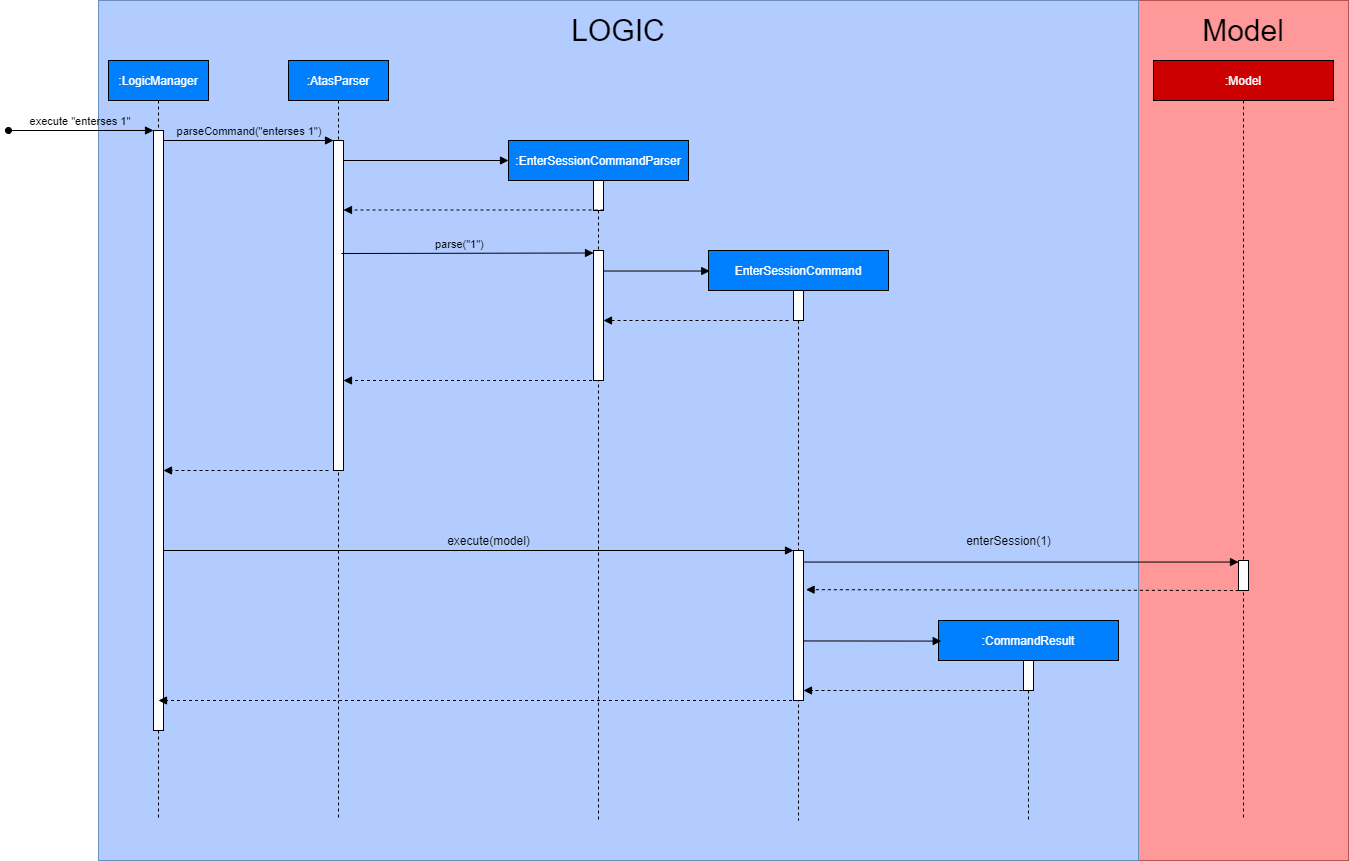
Earlier version of the draw.io export docs/images/EnterSessionSequenceDiagram.png (nweiyue/tp). Source tidied: cells renumbered, new cells last; positions are measured from the earlier drawing's top-left corner, leaving out a move shared by most shapes.
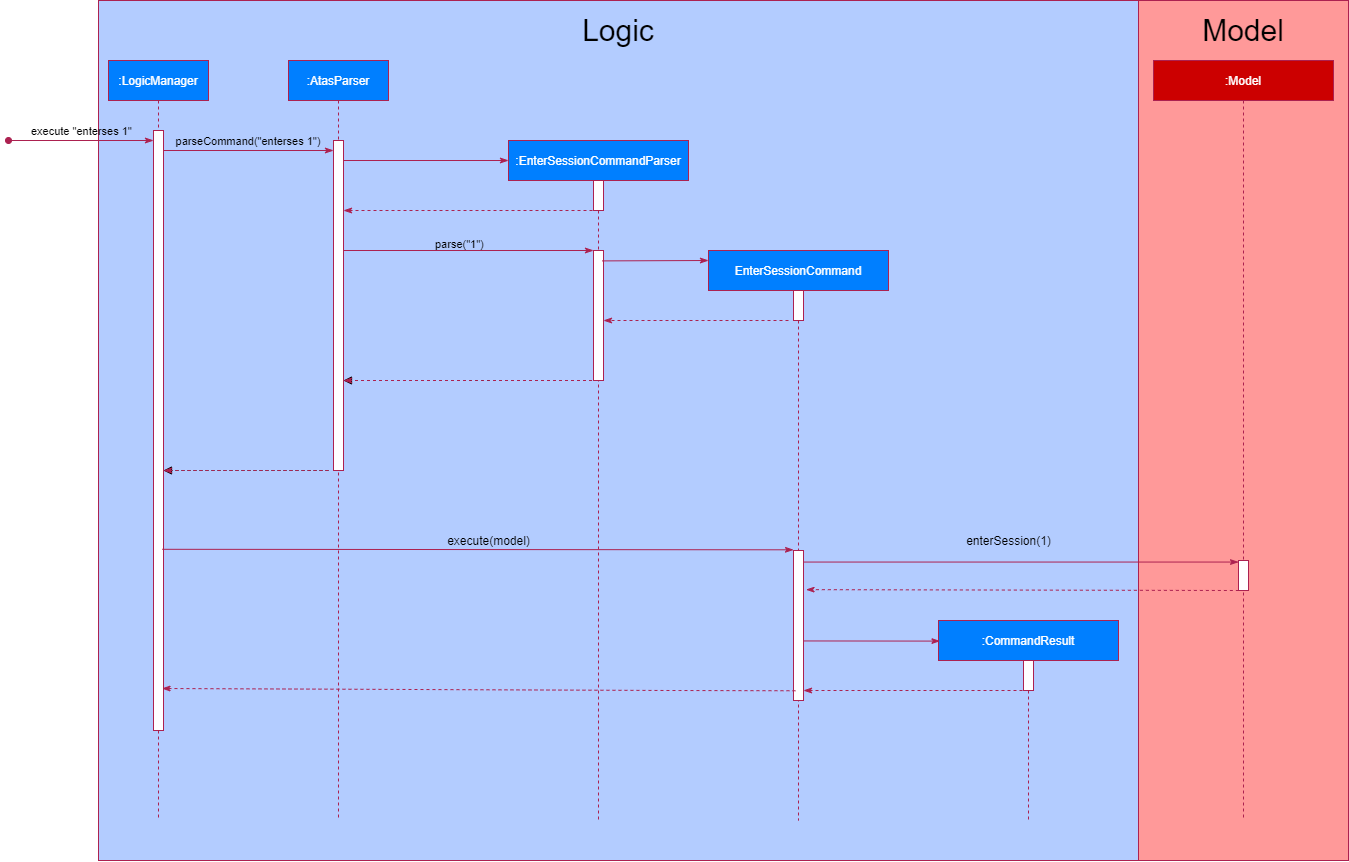
Later version of the same file.

The edit, as a diff of the source:
```diff
@@ -2,88 +2,55 @@
   <root>
     <mxCell id="0" />
     <mxCell id="1" parent="0" />
-    <mxCell id="2" style="rounded=0;whiteSpace=wrap;html=1;strokeColor=#b85450;fillColor=#FF9999;" parent="1" vertex="1">
+    <mxCell id="2" style="rounded=0;whiteSpace=wrap;html=1;fillColor=#FF9999;strokeColor=#AC2150;" parent="1" vertex="1">
       <mxGeometry x="1130" width="210" height="860" as="geometry" />
     </mxCell>
-    <mxCell id="3" style="rounded=0;whiteSpace=wrap;html=1;strokeColor=#6c8ebf;fillColor=#B3CCFF;" parent="1" vertex="1">
+    <mxCell id="3" style="rounded=0;whiteSpace=wrap;html=1;fillColor=#B3CCFF;perimeterSpacing=0;strokeColor=#AC2150;" parent="1" vertex="1">
       <mxGeometry x="90" width="1040" height="860" as="geometry" />
     </mxCell>
-    <mxCell id="4" style="verticalAlign=bottom;endArrow=block;shadow=0;strokeWidth=1;dashed=1;exitX=0.036;exitY=1;exitDx=0;exitDy=0;exitPerimeter=0;entryX=0.542;entryY=0.595;entryDx=0;entryDy=0;entryPerimeter=0;" parent="1" edge="1" source="34" target="19">
+    <mxCell id="4" style="verticalAlign=bottom;endArrow=classicThin;shadow=0;strokeWidth=1;dashed=1;exitX=0.036;exitY=1;exitDx=0;exitDy=0;exitPerimeter=0;entryX=0.542;entryY=0.595;entryDx=0;entryDy=0;entryPerimeter=0;strokeColor=#AC2150;endFill=1;" parent="1" edge="1" source="34" target="19">
       <mxGeometry relative="1" as="geometry" />
     </mxCell>
-    <mxCell id="5" style="verticalAlign=bottom;endArrow=block;shadow=0;strokeWidth=1;exitX=0.867;exitY=0.077;exitDx=0;exitDy=0;exitPerimeter=0;" parent="1" edge="1" source="21" target="34">
+    <mxCell id="5" style="verticalAlign=bottom;endArrow=classicThin;shadow=0;strokeWidth=1;exitX=0.867;exitY=0.077;exitDx=0;exitDy=0;exitPerimeter=0;strokeColor=#AC2150;endFill=1;" parent="1" edge="1" source="21" target="34">
       <mxGeometry relative="1" as="geometry" />
     </mxCell>
-    <mxCell id="6" style="verticalAlign=bottom;endArrow=block;shadow=0;strokeWidth=1;" parent="1" edge="1">
-      <mxGeometry relative="1" as="geometry">
-        <mxPoint x="150" y="550" as="sourcePoint" />
-        <mxPoint x="785" y="550" as="targetPoint" />
-      </mxGeometry>
-    </mxCell>
-    <mxCell id="7" value=":EnterSessionCommandParser" style="shape=umlLifeline;perimeter=lifelinePerimeter;rounded=0;shadow=0;strokeWidth=1;fillColor=#007FFF;fontColor=#FFFFFF;" parent="1" vertex="1">
+    <mxCell id="7" value=":EnterSessionCommandParser" style="shape=umlLifeline;perimeter=lifelinePerimeter;rounded=0;shadow=0;strokeWidth=1;fillColor=#007FFF;fontColor=#FFFFFF;strokeColor=#AC2150;" parent="1" vertex="1">
       <mxGeometry x="500" y="140" width="180" height="680" as="geometry" />
     </mxCell>
-    <mxCell id="8" style="perimeter=orthogonalPerimeter;rounded=0;shadow=0;strokeWidth=1;" parent="7" vertex="1">
+    <mxCell id="8" style="perimeter=orthogonalPerimeter;rounded=0;shadow=0;strokeWidth=1;strokeColor=#AC2150;" parent="7" vertex="1">
       <mxGeometry x="85" y="40" width="10" height="30" as="geometry" />
     </mxCell>
-    <mxCell id="9" style="points=[];perimeter=orthogonalPerimeter;rounded=0;shadow=0;strokeWidth=1;" parent="7" vertex="1">
+    <mxCell id="9" style="points=[];perimeter=orthogonalPerimeter;rounded=0;shadow=0;strokeWidth=1;strokeColor=#AC2150;" parent="7" vertex="1">
       <mxGeometry x="85" y="110" width="10" height="130" as="geometry" />
     </mxCell>
-    <mxCell id="10" style="verticalAlign=bottom;endArrow=block;entryX=0;entryY=0;shadow=0;strokeWidth=1;" parent="1" edge="1">
-      <mxGeometry relative="1" as="geometry">
-        <mxPoint x="330" y="160" as="sourcePoint" />
-        <mxPoint x="500" y="160" as="targetPoint" />
-      </mxGeometry>
-    </mxCell>
-    <mxCell id="11" value=":LogicManager" style="shape=umlLifeline;perimeter=lifelinePerimeter;rounded=0;shadow=0;strokeWidth=1;fillColor=#007FFF;fontColor=#FFFFFF;" parent="1" vertex="1">
+    <mxCell id="11" value=":LogicManager" style="shape=umlLifeline;perimeter=lifelinePerimeter;rounded=0;shadow=0;strokeWidth=1;fillColor=#007FFF;fontColor=#FFFFFF;strokeColor=#AC2150;" parent="1" vertex="1">
       <mxGeometry x="100" y="60" width="100" height="760" as="geometry" />
     </mxCell>
-    <mxCell id="12" style="points=[];perimeter=orthogonalPerimeter;rounded=0;shadow=0;strokeWidth=1;" parent="11" vertex="1">
+    <mxCell id="12" style="points=[];perimeter=orthogonalPerimeter;rounded=0;shadow=0;strokeWidth=1;strokeColor=#AC2150;" parent="11" vertex="1">
       <mxGeometry x="45" y="70" width="10" height="600" as="geometry" />
     </mxCell>
-    <mxCell id="13" value="execute &quot;enterses 1&quot;" style="verticalAlign=bottom;startArrow=oval;endArrow=block;shadow=0;strokeWidth=1;labelBackgroundColor=none;" parent="11" edge="1" target="12">
-      <mxGeometry relative="1" as="geometry">
-        <mxPoint x="-100" y="70" as="sourcePoint" />
-      </mxGeometry>
-    </mxCell>
-    <mxCell id="14" value=":AtasParser" style="shape=umlLifeline;perimeter=lifelinePerimeter;rounded=0;shadow=0;strokeWidth=1;fillColor=#007FFF;fontColor=#FFFFFF;" parent="1" vertex="1">
+    <mxCell id="14" value=":AtasParser" style="shape=umlLifeline;perimeter=lifelinePerimeter;rounded=0;shadow=0;strokeWidth=1;fillColor=#007FFF;fontColor=#FFFFFF;strokeColor=#AC2150;" parent="1" vertex="1">
       <mxGeometry x="280" y="60" width="100" height="760" as="geometry" />
     </mxCell>
-    <mxCell id="15" style="points=[];perimeter=orthogonalPerimeter;rounded=0;shadow=0;strokeWidth=1;" parent="14" vertex="1">
+    <mxCell id="15" style="points=[];perimeter=orthogonalPerimeter;rounded=0;shadow=0;strokeWidth=1;strokeColor=#AC2150;" parent="14" vertex="1">
       <mxGeometry x="45" y="80" width="10" height="330" as="geometry" />
     </mxCell>
-    <mxCell id="16" value="parseCommand(&quot;enterses 1&quot;)" style="verticalAlign=bottom;endArrow=block;entryX=0;entryY=0;shadow=0;strokeWidth=1;labelBackgroundColor=none;" parent="1" edge="1" source="12" target="15">
-      <mxGeometry relative="1" as="geometry" />
-    </mxCell>
-    <mxCell id="17" style="verticalAlign=bottom;endArrow=block;shadow=0;strokeWidth=1;dashed=1;" parent="1" edge="1" target="15">
-      <mxGeometry relative="1" as="geometry">
-        <mxPoint x="595" y="209.5" as="sourcePoint" />
-      </mxGeometry>
-    </mxCell>
-    <mxCell id="18" style="verticalAlign=bottom;endArrow=block;shadow=0;strokeWidth=1;entryX=0.007;entryY=0.036;entryDx=0;entryDy=0;entryPerimeter=0;" parent="1" edge="1" source="9" target="19">
-      <mxGeometry relative="1" as="geometry" />
-    </mxCell>
-    <mxCell id="19" value="EnterSessionCommand" style="shape=umlLifeline;perimeter=lifelinePerimeter;rounded=0;shadow=0;strokeWidth=1;fillColor=#007FFF;fontColor=#FFFFFF;" parent="1" vertex="1">
+    <mxCell id="19" value="EnterSessionCommand" style="shape=umlLifeline;perimeter=lifelinePerimeter;rounded=0;shadow=0;strokeWidth=1;fillColor=#007FFF;fontColor=#FFFFFF;strokeColor=#AC2150;" parent="1" vertex="1">
       <mxGeometry x="700" y="250" width="180" height="570" as="geometry" />
     </mxCell>
-    <mxCell id="20" style="perimeter=orthogonalPerimeter;rounded=0;shadow=0;strokeWidth=1;" parent="19" vertex="1">
+    <mxCell id="20" style="perimeter=orthogonalPerimeter;rounded=0;shadow=0;strokeWidth=1;fontColor=#AC2150;strokeColor=#AC2150;" parent="19" vertex="1">
       <mxGeometry x="85" y="40" width="10" height="30" as="geometry" />
     </mxCell>
-    <mxCell id="21" style="points=[];perimeter=orthogonalPerimeter;rounded=0;shadow=0;strokeWidth=1;" parent="19" vertex="1">
+    <mxCell id="21" style="points=[];perimeter=orthogonalPerimeter;rounded=0;shadow=0;strokeWidth=1;strokeColor=#AC2150;" parent="19" vertex="1">
       <mxGeometry x="85" y="300" width="10" height="150" as="geometry" />
     </mxCell>
-    <mxCell id="22" style="verticalAlign=bottom;endArrow=block;shadow=0;strokeWidth=1;dashed=1;" parent="1" edge="1" target="9">
-      <mxGeometry relative="1" as="geometry">
-        <mxPoint x="780" y="320" as="sourcePoint" />
-      </mxGeometry>
-    </mxCell>
     <mxCell id="23" value="execute(model)" style="text;html=1;align=center;verticalAlign=middle;" parent="1" vertex="1">
       <mxGeometry x="430" y="530" width="100" height="20" as="geometry" />
     </mxCell>
-    <mxCell id="24" value=":CommandResult" style="shape=umlLifeline;perimeter=lifelinePerimeter;rounded=0;shadow=0;strokeWidth=1;fillColor=#007FFF;fontColor=#FFFFFF;" parent="1" vertex="1">
+    <mxCell id="24" value=":CommandResult" style="shape=umlLifeline;perimeter=lifelinePerimeter;rounded=0;shadow=0;strokeWidth=1;fillColor=#007FFF;fontColor=#FFFFFF;strokeColor=#AC2150;" parent="1" vertex="1">
       <mxGeometry x="930" y="620" width="180" height="200" as="geometry" />
     </mxCell>
-    <mxCell id="25" style="perimeter=orthogonalPerimeter;rounded=0;shadow=0;strokeWidth=1;" parent="24" vertex="1">
+    <mxCell id="25" style="perimeter=orthogonalPerimeter;rounded=0;shadow=0;strokeWidth=1;fontColor=#AC2150;strokeColor=#AC2150;" parent="24" vertex="1">
       <mxGeometry x="85" y="40" width="10" height="30" as="geometry" />
     </mxCell>
     <mxCell id="26" style="verticalAlign=bottom;endArrow=block;shadow=0;strokeWidth=1;dashed=1;" parent="1" edge="1" source="7" target="15">
@@ -93,30 +60,17 @@
         </Array>
       </mxGeometry>
     </mxCell>
-    <mxCell id="27" style="verticalAlign=bottom;endArrow=block;shadow=0;strokeWidth=1;dashed=1;" parent="1" edge="1" source="19">
-      <mxGeometry relative="1" as="geometry">
-        <mxPoint x="150" y="700" as="targetPoint" />
-        <Array as="points">
-          <mxPoint x="660.7" y="700" />
-        </Array>
-      </mxGeometry>
-    </mxCell>
-    <mxCell id="28" style="verticalAlign=bottom;endArrow=block;shadow=0;strokeWidth=1;dashed=1;" parent="1" edge="1" target="21">
+    <mxCell id="28" style="verticalAlign=bottom;endArrow=classicThin;shadow=0;strokeWidth=1;dashed=1;strokeColor=#AC2150;endFill=1;" parent="1" edge="1" target="21">
       <mxGeometry relative="1" as="geometry">
         <mxPoint x="1020" y="690" as="sourcePoint" />
       </mxGeometry>
     </mxCell>
-    <mxCell id="29" value=":Model" style="shape=umlLifeline;perimeter=lifelinePerimeter;rounded=0;shadow=0;strokeWidth=1;fillColor=#CC0000;fontColor=#FFFFFF;" parent="1" vertex="1">
+    <mxCell id="29" value=":Model" style="shape=umlLifeline;perimeter=lifelinePerimeter;rounded=0;shadow=0;strokeWidth=1;fillColor=#CC0000;fontColor=#FFFFFF;strokeColor=#AC2150;" parent="1" vertex="1">
       <mxGeometry x="1145" y="60" width="180" height="760" as="geometry" />
     </mxCell>
-    <mxCell id="30" style="verticalAlign=bottom;endArrow=block;shadow=0;strokeWidth=1;exitX=0.528;exitY=0.685;exitDx=0;exitDy=0;exitPerimeter=0;entryX=0.015;entryY=0.103;entryDx=0;entryDy=0;entryPerimeter=0;" parent="1" edge="1" source="19" target="24">
+    <mxCell id="30" style="verticalAlign=bottom;endArrow=classicThin;shadow=0;strokeWidth=1;exitX=0.528;exitY=0.685;exitDx=0;exitDy=0;exitPerimeter=0;strokeColor=#AC2150;endFill=1;entryX=0.008;entryY=0.103;entryDx=0;entryDy=0;entryPerimeter=0;" parent="1" edge="1" source="19" target="24">
       <mxGeometry relative="1" as="geometry" />
     </mxCell>
-    <mxCell id="31" style="verticalAlign=bottom;endArrow=block;shadow=0;strokeWidth=1;entryX=1;entryY=0.75;entryDx=0;entryDy=0;" parent="1" edge="1" target="35">
-      <mxGeometry relative="1" as="geometry">
-        <mxPoint x="333" y="253" as="sourcePoint" />
-      </mxGeometry>
-    </mxCell>
     <mxCell id="32" style="verticalAlign=bottom;endArrow=block;shadow=0;strokeWidth=1;dashed=1;" parent="1" edge="1" target="12">
       <mxGeometry relative="1" as="geometry">
         <mxPoint x="320" y="470" as="sourcePoint" />
@@ -128,17 +82,85 @@
     <mxCell id="33" value="enterSession(1)" style="text;html=1;align=center;verticalAlign=middle;" parent="1" vertex="1">
       <mxGeometry x="950" y="530" width="100" height="20" as="geometry" />
     </mxCell>
-    <mxCell id="34" style="points=[];perimeter=orthogonalPerimeter;rounded=0;shadow=0;strokeWidth=1;" parent="1" vertex="1">
+    <mxCell id="34" style="points=[];perimeter=orthogonalPerimeter;rounded=0;shadow=0;strokeWidth=1;strokeColor=#AC2150;" parent="1" vertex="1">
       <mxGeometry x="1230" y="560" width="10" height="30" as="geometry" />
     </mxCell>
     <mxCell id="35" value="&lt;span style=&quot;color: rgb(0 , 0 , 0) ; font-family: &amp;#34;helvetica&amp;#34; ; font-size: 11px ; font-style: normal ; font-weight: 400 ; letter-spacing: normal ; text-align: center ; text-indent: 0px ; text-transform: none ; word-spacing: 0px ; display: inline ; float: none&quot;&gt;parse(&quot;1&quot;)&lt;/span&gt;" style="text;whiteSpace=wrap;html=1;" parent="1" vertex="1">
       <mxGeometry x="425" y="230" width="160" height="30" as="geometry" />
     </mxCell>
-    <mxCell id="36" value="LOGIC" style="text;html=1;strokeColor=none;fillColor=none;align=center;verticalAlign=middle;whiteSpace=wrap;rounded=0;fontSize=30;" parent="1" vertex="1">
+    <mxCell id="36" value="Logic" style="text;html=1;strokeColor=none;fillColor=none;align=center;verticalAlign=middle;whiteSpace=wrap;rounded=0;fontSize=30;" parent="1" vertex="1">
       <mxGeometry x="555" y="10" width="110" height="40" as="geometry" />
     </mxCell>
     <mxCell id="37" value="Model" style="text;html=1;strokeColor=none;fillColor=none;align=center;verticalAlign=middle;whiteSpace=wrap;rounded=0;fontSize=30;" parent="1" vertex="1">
       <mxGeometry x="1180" y="10" width="110" height="40" as="geometry" />
     </mxCell>
+    <mxCell id="13" value="execute &quot;enterses 1&quot;" style="verticalAlign=bottom;startArrow=oval;endArrow=classicThin;shadow=0;strokeWidth=1;labelBackgroundColor=none;rounded=1;strokeColor=#AC2150;endFill=1;" parent="1" edge="1">
+      <mxGeometry relative="1" as="geometry">
+        <mxPoint y="140" as="sourcePoint" />
+        <mxPoint x="145" y="140" as="targetPoint" />
+      </mxGeometry>
+    </mxCell>
+    <mxCell id="16" value="parseCommand(&quot;enterses 1&quot;)" style="verticalAlign=bottom;endArrow=classicThin;entryX=0;entryY=0;shadow=0;strokeWidth=1;labelBackgroundColor=none;strokeColor=#AC2150;endFill=1;" parent="1" edge="1">
+      <mxGeometry relative="1" as="geometry">
+        <mxPoint x="155" y="150" as="sourcePoint" />
+        <mxPoint x="325" y="150" as="targetPoint" />
+      </mxGeometry>
+    </mxCell>
+    <mxCell id="38" style="verticalAlign=bottom;endArrow=classicThin;entryX=0;entryY=0;shadow=0;strokeWidth=1;strokeColor=#AC2150;endFill=1;" parent="1" edge="1" source="15">
+      <mxGeometry relative="1" as="geometry">
+        <mxPoint x="500" y="160" as="targetPoint" />
+      </mxGeometry>
+    </mxCell>
+    <mxCell id="39" style="verticalAlign=bottom;endArrow=classicThin;shadow=0;strokeWidth=1;dashed=1;strokeColor=#AC2150;endFill=1;" parent="1" edge="1" target="15">
+      <mxGeometry relative="1" as="geometry">
+        <mxPoint x="590" y="210" as="sourcePoint" />
+      </mxGeometry>
+    </mxCell>
+    <mxCell id="40" style="verticalAlign=bottom;endArrow=classicThin;shadow=0;strokeWidth=1;entryX=1;entryY=0.75;entryDx=0;entryDy=0;strokeColor=#AC2150;endFill=1;" parent="1" edge="1" source="15">
+      <mxGeometry relative="1" as="geometry">
+        <mxPoint x="585" y="250" as="targetPoint" />
+      </mxGeometry>
+    </mxCell>
+    <mxCell id="41" style="verticalAlign=bottom;endArrow=classicThin;shadow=0;strokeWidth=1;dashed=1;strokeColor=#AC2150;endFill=1;" parent="1" edge="1">
+      <mxGeometry relative="1" as="geometry">
+        <mxPoint x="589.5" y="380" as="sourcePoint" />
+        <mxPoint x="335" y="380" as="targetPoint" />
+        <Array as="points">
+          <mxPoint x="470" y="380" />
+        </Array>
+      </mxGeometry>
+    </mxCell>
+    <mxCell id="42" style="verticalAlign=bottom;endArrow=classicThin;shadow=0;strokeWidth=1;dashed=1;strokeColor=#AC2150;endFill=1;" parent="1" edge="1">
+      <mxGeometry relative="1" as="geometry">
+        <mxPoint x="320" y="470" as="sourcePoint" />
+        <mxPoint x="155" y="470" as="targetPoint" />
+        <Array as="points">
+          <mxPoint x="300.7" y="470" />
+        </Array>
+      </mxGeometry>
+    </mxCell>
+    <mxCell id="43" style="verticalAlign=bottom;endArrow=classicThin;shadow=0;strokeWidth=1;dashed=1;strokeColor=#AC2150;endFill=1;" parent="1" edge="1">
+      <mxGeometry relative="1" as="geometry">
+        <mxPoint x="780" y="320" as="sourcePoint" />
+        <mxPoint x="595" y="320" as="targetPoint" />
+      </mxGeometry>
+    </mxCell>
+    <mxCell id="44" style="verticalAlign=bottom;endArrow=classicThin;shadow=0;strokeWidth=1;entryX=0.007;entryY=0.036;entryDx=0;entryDy=0;entryPerimeter=0;strokeColor=#AC2150;endFill=1;exitX=0.885;exitY=0.08;exitDx=0;exitDy=0;exitPerimeter=0;" parent="1" edge="1" source="9">
+      <mxGeometry relative="1" as="geometry">
+        <mxPoint x="700" y="260" as="targetPoint" />
+      </mxGeometry>
+    </mxCell>
+    <mxCell id="45" style="verticalAlign=bottom;endArrow=classicThin;shadow=0;strokeWidth=1;strokeColor=#AC2150;endFill=1;exitX=0.882;exitY=0.698;exitDx=0;exitDy=0;exitPerimeter=0;" parent="1" edge="1" source="12">
+      <mxGeometry relative="1" as="geometry">
+        <mxPoint x="785" y="549.3" as="targetPoint" />
+      </mxGeometry>
+    </mxCell>
+    <mxCell id="46" style="verticalAlign=bottom;endArrow=classicThin;shadow=0;strokeWidth=1;dashed=1;strokeColor=#AC2150;endFill=1;entryX=0.848;entryY=0.93;entryDx=0;entryDy=0;entryPerimeter=0;exitX=0.196;exitY=0.935;exitDx=0;exitDy=0;exitPerimeter=0;" parent="1" edge="1" source="21" target="12">
+      <mxGeometry relative="1" as="geometry">
+        <Array as="points">
+          <mxPoint x="660.7" y="690" />
+        </Array>
+      </mxGeometry>
+    </mxCell>
   </root>
 </mxGraphModel>
```
